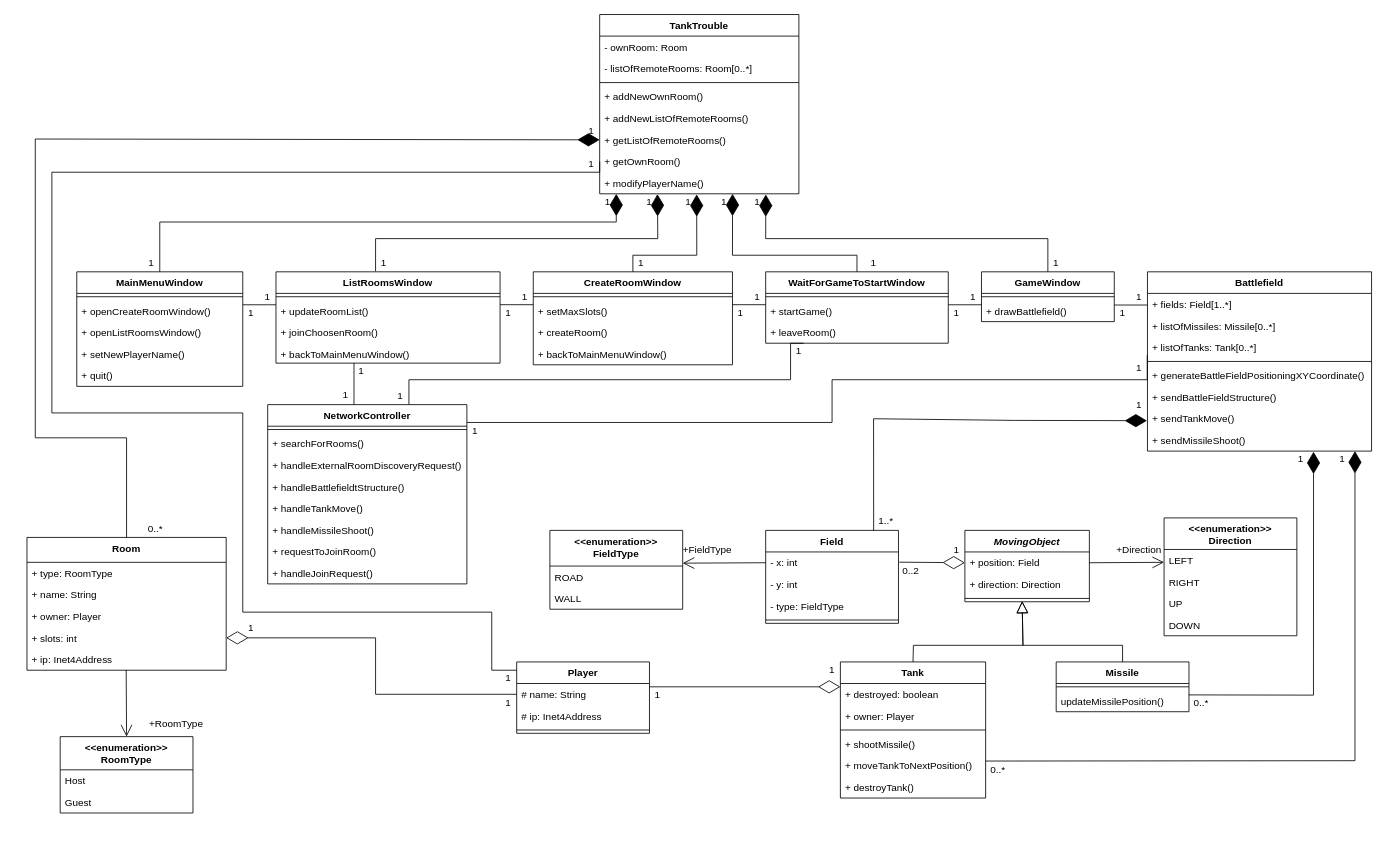
This is docs/Tervdokumentáció.drawio from Residuum22/TankTroubleBME, a draw.io file, before an edit. Source tidied: cells renumbered, new cells numbered last; positions are measured from the earlier drawing's top-left corner, leaving out a move shared by most shapes. Both pictures are drawn from the tidied source at 83%, with x=0, y=0 at pixel (27, 14).
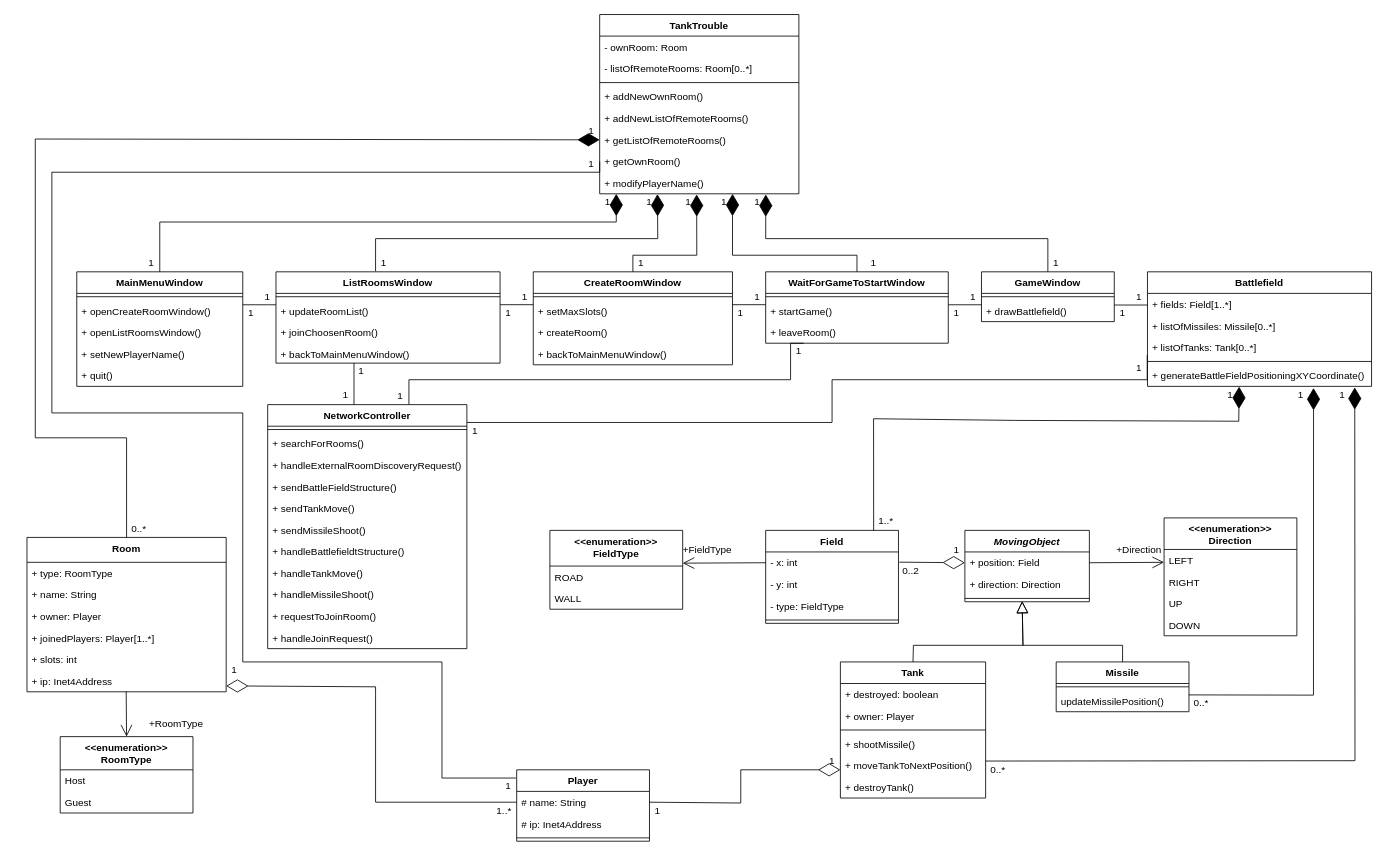
Above is the later version.

Commit message (it also covers changes not shown here):
UML Diagram updated

Unchanged cells that the change refers to:
```xml
<mxCell id="47" value="+ getOwnRoom()" style="text;strokeColor=none;fillColor=none;align=left;verticalAlign=top;spacingLeft=4;spacingRight=4;overflow=hidden;points=[[0,0.5],[1,0.5]];portConstraint=eastwest;" parent="40" vertex="1">
  <mxGeometry y="164" width="240" height="26" as="geometry" />
</mxCell>
<mxCell id="64" value="+ moveTankToNextPosition()" style="text;strokeColor=none;fillColor=none;align=left;verticalAlign=top;spacingLeft=4;spacingRight=4;overflow=hidden;points=[[0,0.5],[1,0.5]];portConstraint=eastwest;" parent="59" vertex="1">
  <mxGeometry y="112" width="175" height="26" as="geometry" />
</mxCell>
<mxCell id="68" value="updateMissilePosition()" style="text;strokeColor=none;fillColor=none;align=left;verticalAlign=top;spacingLeft=4;spacingRight=4;overflow=hidden;points=[[0,0.5],[1,0.5]];portConstraint=eastwest;" parent="66" vertex="1">
  <mxGeometry y="34" width="160" height="26" as="geometry" />
</mxCell>
<mxCell id="74" value="+ generateBattleFieldPositioningXYCoordinate()" style="text;strokeColor=none;fillColor=none;align=left;verticalAlign=top;spacingLeft=4;spacingRight=4;overflow=hidden;points=[[0,0.5],[1,0.5]];portConstraint=eastwest;" parent="69" vertex="1">
  <mxGeometry y="112" width="270" height="26" as="geometry" />
</mxCell>
<mxCell id="78" value="Field" style="swimlane;fontStyle=1;align=center;verticalAlign=top;horizontal=1;startSize=26;" parent="1" vertex="1">
  <mxGeometry x="890" y="621.5" width="160" height="112" as="geometry" />
</mxCell>
<mxCell id="90" value="# name: String" style="text;strokeColor=none;fillColor=none;align=left;verticalAlign=top;spacingLeft=4;spacingRight=4;overflow=hidden;points=[[0,0.5],[1,0.5]];portConstraint=eastwest;" parent="89" vertex="1">
  <mxGeometry y="26" width="160" height="26" as="geometry" />
</mxCell>
```

The edit, as a diff of the source:
```diff
@@
     <mxCell id="18" value="NetworkController" style="swimlane;fontStyle=1;align=center;verticalAlign=top;horizontal=1;startSize=26;" parent="1" vertex="1">
-      <mxGeometry x="290" y="470" width="240" height="216" as="geometry" />
+      <mxGeometry x="290" y="470" width="240" height="294" as="geometry" />
     </mxCell>
@@
+    <mxCell id="75" value="+ sendBattleFieldStructure()" style="text;strokeColor=none;fillColor=none;align=left;verticalAlign=top;spacingLeft=4;spacingRight=4;overflow=hidden;" parent="18" vertex="1">
+      <mxGeometry y="86" width="240" height="26" as="geometry" />
+    </mxCell>
+    <mxCell id="76" value="+ sendTankMove()" style="text;strokeColor=none;fillColor=none;align=left;verticalAlign=top;spacingLeft=4;spacingRight=4;overflow=hidden;points=[[0,0.5],[1,0.5]];portConstraint=eastwest;" parent="18" vertex="1">
+      <mxGeometry y="112" width="240" height="26" as="geometry" />
+    </mxCell>
+    <mxCell id="77" value="+ sendMissileShoot()" style="text;strokeColor=none;fillColor=none;align=left;verticalAlign=top;spacingLeft=4;spacingRight=4;overflow=hidden;points=[[0,0.5],[1,0.5]];portConstraint=eastwest;" parent="18" vertex="1">
+      <mxGeometry y="138" width="240" height="26" as="geometry" />
+    </mxCell>
     <mxCell id="22" value="+ handleBattlefieldtStructure()" style="text;strokeColor=none;fillColor=none;align=left;verticalAlign=top;spacingLeft=4;spacingRight=4;overflow=hidden;" parent="18" vertex="1">
-      <mxGeometry y="86" width="240" height="26" as="geometry" />
+      <mxGeometry y="164" width="240" height="26" as="geometry" />
     </mxCell>
     <mxCell id="23" value="+ handleTankMove()" style="text;strokeColor=none;fillColor=none;align=left;verticalAlign=top;spacingLeft=4;spacingRight=4;overflow=hidden;" parent="18" vertex="1">
-      <mxGeometry y="112" width="240" height="26" as="geometry" />
+      <mxGeometry y="190" width="240" height="26" as="geometry" />
     </mxCell>
     <mxCell id="24" value="+ handleMissileShoot()" style="text;strokeColor=none;fillColor=none;align=left;verticalAlign=top;spacingLeft=4;spacingRight=4;overflow=hidden;" parent="18" vertex="1">
-      <mxGeometry y="138" width="240" height="26" as="geometry" />
+      <mxGeometry y="216" width="240" height="26" as="geometry" />
     </mxCell>
     <mxCell id="25" value="+ requestToJoinRoom()" style="text;strokeColor=none;fillColor=none;align=left;verticalAlign=top;spacingLeft=4;spacingRight=4;overflow=hidden;" parent="18" vertex="1">
-      <mxGeometry y="164" width="240" height="26" as="geometry" />
+      <mxGeometry y="242" width="240" height="26" as="geometry" />
     </mxCell>
     <mxCell id="26" value="+ handleJoinRequest()" style="text;strokeColor=none;fillColor=none;align=left;verticalAlign=top;spacingLeft=4;spacingRight=4;overflow=hidden;" parent="18" vertex="1">
-      <mxGeometry y="190" width="240" height="26" as="geometry" />
+      <mxGeometry y="268" width="240" height="26" as="geometry" />
     </mxCell>
@@
     <mxCell id="31" value="Room" style="swimlane;fontStyle=1;align=center;verticalAlign=top;horizontal=1;startSize=30;" parent="1" vertex="1">
-      <mxGeometry y="630" width="240" height="160" as="geometry" />
+      <mxGeometry y="630" width="240" height="186" as="geometry" />
     </mxCell>
@@
+    <mxCell id="163" value="+ joinedPlayers: Player[1..*]" style="text;strokeColor=none;fillColor=none;align=left;verticalAlign=top;spacingLeft=4;spacingRight=4;overflow=hidden;" parent="31" vertex="1">
+      <mxGeometry y="108" width="240" height="26" as="geometry" />
+    </mxCell>
     <mxCell id="35" value="+ slots: int" style="text;strokeColor=none;fillColor=none;align=left;verticalAlign=top;spacingLeft=4;spacingRight=4;overflow=hidden;points=[[0,0.5],[1,0.5]];portConstraint=eastwest;" parent="31" vertex="1">
-      <mxGeometry y="108" width="240" height="26" as="geometry" />
+      <mxGeometry y="134" width="240" height="26" as="geometry" />
     </mxCell>
     <mxCell id="36" value="+ ip: Inet4Address" style="text;strokeColor=none;fillColor=none;align=left;verticalAlign=top;spacingLeft=4;spacingRight=4;overflow=hidden;points=[[0,0.5],[1,0.5]];portConstraint=eastwest;" parent="31" vertex="1">
-      <mxGeometry y="134" width="240" height="26" as="geometry" />
+      <mxGeometry y="160" width="240" height="26" as="geometry" />
     </mxCell>
@@
     <mxCell id="69" value="Battlefield" style="swimlane;fontStyle=1;align=center;verticalAlign=top;horizontal=1;startSize=26;" parent="1" vertex="1">
-      <mxGeometry x="1350" y="310" width="270" height="216" as="geometry" />
+      <mxGeometry x="1350" y="310" width="270" height="138" as="geometry" />
     </mxCell>
@@
-    <mxCell id="75" value="+ sendBattleFieldStructure()" style="text;strokeColor=none;fillColor=none;align=left;verticalAlign=top;spacingLeft=4;spacingRight=4;overflow=hidden;" parent="69" vertex="1">
-      <mxGeometry y="138" width="270" height="26" as="geometry" />
-    </mxCell>
-    <mxCell id="76" value="+ sendTankMove()" style="text;strokeColor=none;fillColor=none;align=left;verticalAlign=top;spacingLeft=4;spacingRight=4;overflow=hidden;points=[[0,0.5],[1,0.5]];portConstraint=eastwest;" parent="69" vertex="1">
-      <mxGeometry y="164" width="270" height="26" as="geometry" />
-    </mxCell>
-    <mxCell id="77" value="+ sendMissileShoot()" style="text;strokeColor=none;fillColor=none;align=left;verticalAlign=top;spacingLeft=4;spacingRight=4;overflow=hidden;points=[[0,0.5],[1,0.5]];portConstraint=eastwest;" parent="69" vertex="1">
-      <mxGeometry y="190" width="270" height="26" as="geometry" />
-    </mxCell>
@@
     <mxCell id="89" value="Player" style="swimlane;fontStyle=1;align=center;verticalAlign=top;horizontal=1;startSize=26;" parent="1" vertex="1">
-      <mxGeometry x="590" y="780" width="160" height="86" as="geometry" />
+      <mxGeometry x="590" y="910" width="160" height="86" as="geometry" />
     </mxCell>
@@
-    <mxCell id="95" style="endArrow=diamondThin;endFill=0;endSize=24;html=1;rounded=0;exitX=0;exitY=0.5;exitDx=0;exitDy=0;entryX=1;entryY=0.5;entryDx=0;entryDy=0;" parent="1" edge="1" source="90" target="35">
-      <mxGeometry relative="1" as="geometry">
-        <Array as="points">
-          <mxPoint x="420" y="819" />
-          <mxPoint x="420" y="751" />
-        </Array>
-      </mxGeometry>
-    </mxCell>
-    <mxCell id="96" value="1" style="text;html=1;strokeColor=none;fillColor=none;align=center;verticalAlign=middle;whiteSpace=wrap;rounded=0;" parent="1" vertex="1">
-      <mxGeometry x="260" y="728.5" width="20" height="20" as="geometry" />
-    </mxCell>
-    <mxCell id="97" value="1" style="text;html=1;strokeColor=none;fillColor=none;align=center;verticalAlign=middle;whiteSpace=wrap;rounded=0;" parent="1" vertex="1">
-      <mxGeometry x="570" y="820" width="20" height="20" as="geometry" />
+    <mxCell id="97" value="1..*" style="text;html=1;strokeColor=none;fillColor=none;align=center;verticalAlign=middle;whiteSpace=wrap;rounded=0;" parent="1" vertex="1">
+      <mxGeometry x="560" y="950" width="30" height="20" as="geometry" />
     </mxCell>
-    <mxCell id="98" style="endArrow=diamondThin;endFill=0;endSize=24;html=1;rounded=0;" parent="1" edge="1">
-      <mxGeometry relative="1" as="geometry">
-        <mxPoint x="750" y="810" as="sourcePoint" />
-        <mxPoint x="980" y="810" as="targetPoint" />
-      </mxGeometry>
-    </mxCell>
     <mxCell id="99" value="1" style="text;html=1;strokeColor=none;fillColor=none;align=center;verticalAlign=middle;whiteSpace=wrap;rounded=0;" parent="1" vertex="1">
-      <mxGeometry x="750" y="810" width="20" height="20" as="geometry" />
+      <mxGeometry x="750" y="950" width="20" height="20" as="geometry" />
     </mxCell>
     <mxCell id="100" value="1" style="text;html=1;strokeColor=none;fillColor=none;align=center;verticalAlign=middle;whiteSpace=wrap;rounded=0;" parent="1" vertex="1">
-      <mxGeometry x="960" y="780" width="20" height="20" as="geometry" />
+      <mxGeometry x="960" y="890" width="20" height="20" as="geometry" />
     </mxCell>
@@
-    <mxCell id="140" style="endArrow=diamondThin;endFill=1;endSize=24;html=1;rounded=0;entryX=-0.002;entryY=0.59;entryDx=0;entryDy=0;entryPerimeter=0;exitX=0.813;exitY=0.003;exitDx=0;exitDy=0;exitPerimeter=0;" parent="1" edge="1" source="78" target="76">
+    <mxCell id="140" style="endArrow=diamondThin;endFill=1;endSize=24;html=1;rounded=0;entryX=0.409;entryY=1.013;entryDx=0;entryDy=0;exitX=0.813;exitY=0.003;exitDx=0;exitDy=0;exitPerimeter=0;entryPerimeter=0;" parent="1" edge="1" source="78" target="74">
       <mxGeometry relative="1" as="geometry">
         <Array as="points">
           <mxPoint x="1020" y="487" />
           <mxPoint x="1190" y="489" />
+          <mxPoint x="1460" y="490" />
         </Array>
       </mxGeometry>
     </mxCell>
@@
     <mxCell id="142" value="1" style="text;html=1;strokeColor=none;fillColor=none;align=center;verticalAlign=middle;whiteSpace=wrap;rounded=0;" parent="1" vertex="1">
-      <mxGeometry x="1330" y="460" width="20" height="20" as="geometry" />
+      <mxGeometry x="1440" y="448" width="20" height="20" as="geometry" />
     </mxCell>
-    <mxCell id="143" style="endArrow=diamondThin;endFill=1;endSize=24;html=1;rounded=0;exitX=0.999;exitY=0.22;exitDx=0;exitDy=0;exitPerimeter=0;entryX=0.741;entryY=1.029;entryDx=0;entryDy=0;entryPerimeter=0;" parent="1" edge="1" source="68" target="77">
+    <mxCell id="143" style="endArrow=diamondThin;endFill=1;endSize=24;html=1;rounded=0;exitX=0.999;exitY=0.22;exitDx=0;exitDy=0;exitPerimeter=0;entryX=0.741;entryY=1.077;entryDx=0;entryDy=0;entryPerimeter=0;" parent="1" edge="1" source="68" target="74">
       <mxGeometry relative="1" as="geometry">
         <Array as="points">
           <mxPoint x="1550" y="820" />
         </Array>
       </mxGeometry>
     </mxCell>
     <mxCell id="144" value="1" style="text;html=1;strokeColor=none;fillColor=none;align=center;verticalAlign=middle;whiteSpace=wrap;rounded=0;" parent="1" vertex="1">
-      <mxGeometry x="1520" y="526" width="30" height="20" as="geometry" />
+      <mxGeometry x="1520" y="448" width="30" height="20" as="geometry" />
     </mxCell>
@@
-    <mxCell id="146" style="endArrow=diamondThin;endFill=1;endSize=24;html=1;rounded=0;entryX=1;entryY=0;entryDx=0;entryDy=0;exitX=1;exitY=0.286;exitDx=0;exitDy=0;exitPerimeter=0;" parent="1" edge="1" source="64" target="148">
+    <mxCell id="146" style="endArrow=diamondThin;endFill=1;endSize=24;html=1;rounded=0;entryX=0.925;entryY=1.046;entryDx=0;entryDy=0;exitX=1;exitY=0.286;exitDx=0;exitDy=0;exitPerimeter=0;entryPerimeter=0;" parent="1" edge="1" source="64" target="74">
       <mxGeometry relative="1" as="geometry">
         <Array as="points">
           <mxPoint x="1600" y="899" />
         </Array>
       </mxGeometry>
     </mxCell>
@@
     <mxCell id="148" value="1" style="text;html=1;strokeColor=none;fillColor=none;align=center;verticalAlign=middle;whiteSpace=wrap;rounded=0;" parent="1" vertex="1">
-      <mxGeometry x="1570" y="526" width="30" height="20" as="geometry" />
+      <mxGeometry x="1570" y="448" width="30" height="20" as="geometry" />
     </mxCell>
@@
     <mxCell id="159" value="0..*" style="text;html=1;strokeColor=none;fillColor=none;align=center;verticalAlign=middle;whiteSpace=wrap;rounded=0;" parent="1" vertex="1">
-      <mxGeometry x="140" y="610" width="30" height="20" as="geometry" />
+      <mxGeometry x="120" y="610" width="30" height="20" as="geometry" />
     </mxCell>
-    <mxCell id="160" style="endArrow=none;html=1;edgeStyle=orthogonalEdgeStyle;rounded=0;exitX=0;exitY=0.5;exitDx=0;exitDy=0;" parent="1" edge="1" source="47">
+    <mxCell id="160" style="endArrow=none;html=1;edgeStyle=orthogonalEdgeStyle;rounded=0;exitX=0;exitY=0.5;exitDx=0;exitDy=0;entryX=-0.006;entryY=0.115;entryDx=0;entryDy=0;entryPerimeter=0;" parent="1" edge="1" source="47" target="89">
       <mxGeometry relative="1" as="geometry">
-        <mxPoint x="590" y="790" as="targetPoint" />
         <Array as="points">
           <mxPoint x="690" y="190" />
           <mxPoint x="30" y="190" />
           <mxPoint x="30" y="480" />
           <mxPoint x="260" y="480" />
-          <mxPoint x="260" y="720" />
-          <mxPoint x="560" y="720" />
-          <mxPoint x="560" y="790" />
+          <mxPoint x="260" y="780" />
+          <mxPoint x="500" y="780" />
+          <mxPoint x="500" y="920" />
         </Array>
       </mxGeometry>
     </mxCell>
     <mxCell id="161" value="1" style="text;html=1;strokeColor=none;fillColor=none;align=center;verticalAlign=middle;whiteSpace=wrap;rounded=0;" parent="1" vertex="1">
-      <mxGeometry x="570" y="790" width="20" height="20" as="geometry" />
+      <mxGeometry x="570" y="920" width="20" height="20" as="geometry" />
     </mxCell>
@@
+    <mxCell id="164" style="endArrow=diamondThin;endFill=0;endSize=24;html=1;rounded=0;exitX=1;exitY=0.5;exitDx=0;exitDy=0;entryX=1;entryY=1;entryDx=0;entryDy=0;" parent="1" edge="1" source="90" target="100">
+      <mxGeometry relative="1" as="geometry">
+        <Array as="points">
+          <mxPoint x="860" y="950" />
+          <mxPoint x="860" y="910" />
+        </Array>
+      </mxGeometry>
+    </mxCell>
+    <mxCell id="165" style="endArrow=diamondThin;endFill=0;endSize=24;html=1;rounded=0;exitX=0;exitY=0.5;exitDx=0;exitDy=0;entryX=1;entryY=0.726;entryDx=0;entryDy=0;entryPerimeter=0;" parent="1" edge="1" source="90" target="36">
+      <mxGeometry relative="1" as="geometry">
+        <Array as="points">
+          <mxPoint x="420" y="949" />
+          <mxPoint x="420" y="819" />
+          <mxPoint x="420" y="810" />
+        </Array>
+      </mxGeometry>
+    </mxCell>
+    <mxCell id="96" value="1" style="text;html=1;strokeColor=none;fillColor=none;align=center;verticalAlign=middle;whiteSpace=wrap;rounded=0;" parent="1" vertex="1">
+      <mxGeometry x="240" y="780" width="20" height="20" as="geometry" />
+    </mxCell>
```
